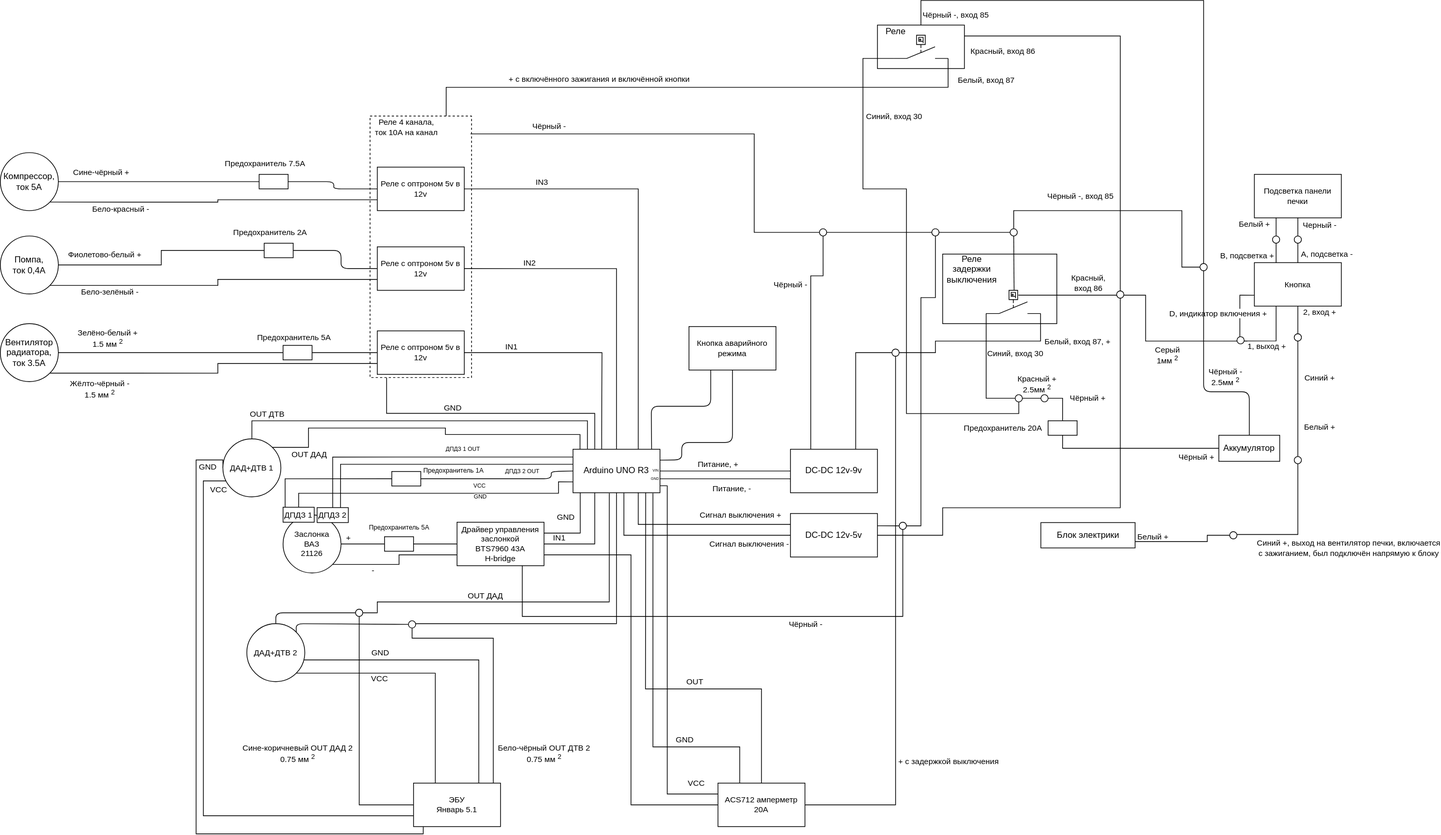
The draw.io diagram electrical_scheme.drawio.svg in kak-tus/compressor, before a commit. Source tidied: cells renumbered, new cells last; positions are measured from the earlier drawing's top-left corner, leaving out a move shared by most shapes.
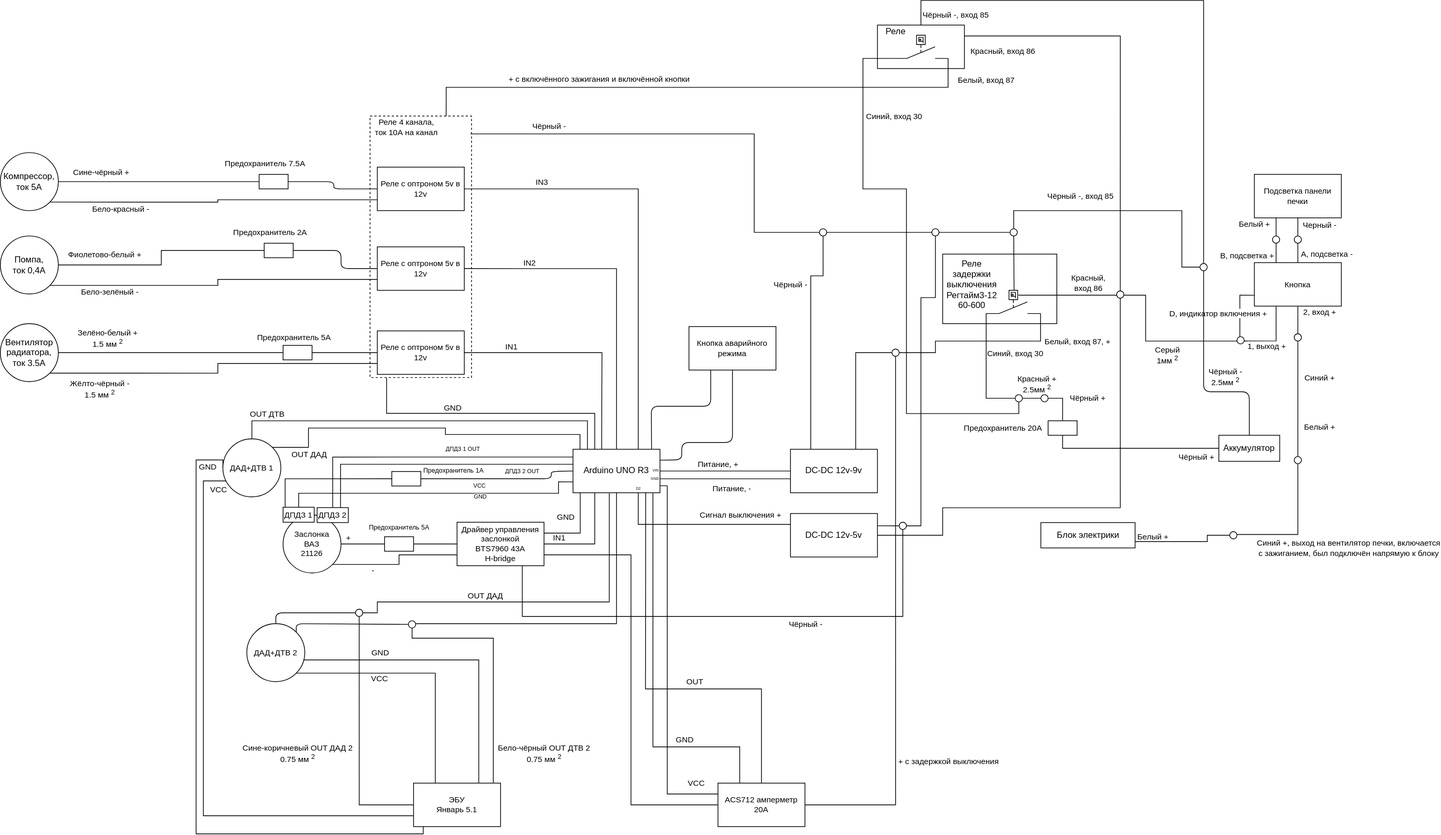
After the commit.

What changed in the source:
```diff
@@ -25,8 +25,8 @@
     <mxCell id="6" style="shape=mxgraph.electrical.electro-mechanical.gasFlowActuatedSwitch;elSwitchState=off;" parent="1" vertex="1">
       <mxGeometry x="1360" y="400" width="75" height="32" as="geometry" />
     </mxCell>
-    <mxCell id="7" value="Реле&lt;br&gt;задержки&lt;br&gt;выключения" style="text;html=1;align=center;verticalAlign=middle;strokeColor=none;fillColor=none;" parent="1" vertex="1">
-      <mxGeometry x="1295" y="340.8" width="90" height="60" as="geometry" />
+    <mxCell id="7" value="Реле&lt;br&gt;задержки&lt;br&gt;выключения&lt;br&gt;Регтайм3-12&lt;br&gt;60-600" style="text;html=1;align=center;verticalAlign=middle;strokeColor=none;fillColor=none;" parent="1" vertex="1">
+      <mxGeometry x="1295" y="346.8" width="90" height="90" as="geometry" />
     </mxCell>
     <mxCell id="8" style="edgeStyle=orthogonalEdgeStyle;rounded=0;jettySize=auto;html=1;entryX=0;entryY=1;entryDx=0;entryDy=0;endArrow=none;endFill=0;exitX=0;exitY=0.5;exitDx=0;exitDy=0;" parent="1" edge="1" source="48" target="6">
       <mxGeometry relative="1" as="geometry" />
@@ -553,18 +553,6 @@
         <mxPoint x="100" y="-13" as="offset" />
       </mxGeometry>
     </mxCell>
-    <mxCell id="120" style="edgeStyle=orthogonalEdgeStyle;shape=connector;rounded=0;jettySize=auto;html=1;exitX=0;exitY=0.5;exitDx=0;exitDy=0;labelBackgroundColor=default;strokeColor=default;fontFamily=Helvetica;fontSize=11;fontColor=default;endArrow=none;endFill=0;entryX=0.585;entryY=1.005;entryDx=0;entryDy=0;entryPerimeter=0;" parent="1" edge="1" source="122" target="83">
-      <mxGeometry relative="1" as="geometry">
-        <Array as="points">
-          <mxPoint x="860" y="738" />
-        </Array>
-      </mxGeometry>
-    </mxCell>
-    <mxCell id="121" value="Сигнал выключения -" style="edgeLabel;html=1;align=center;verticalAlign=middle;fontSize=11;fontFamily=Helvetica;fontColor=default;" parent="120" vertex="1">
-      <mxGeometry x="-0.36" relative="1" as="geometry">
-        <mxPoint x="35" y="12" as="offset" />
-      </mxGeometry>
-    </mxCell>
     <mxCell id="122" value="DC-DC 12v-5v" style="rounded=0;whiteSpace=wrap;html=1;" parent="1" vertex="1">
       <mxGeometry x="1090" y="708" width="120" height="60" as="geometry" />
     </mxCell>
@@ -925,5 +913,8 @@
     <mxCell id="199" value="GND" style="text;html=1;align=center;verticalAlign=middle;strokeColor=none;fillColor=none;fontSize=5;" parent="1" vertex="1">
       <mxGeometry x="888" y="649" width="30" height="20" as="geometry" />
     </mxCell>
+    <mxCell id="200" value="D2" style="text;html=1;align=center;verticalAlign=middle;strokeColor=none;fillColor=none;fontSize=5;" parent="1" vertex="1">
+      <mxGeometry x="865" y="663.3" width="30" height="20" as="geometry" />
+    </mxCell>
   </root>
 </mxGraphModel>
```
